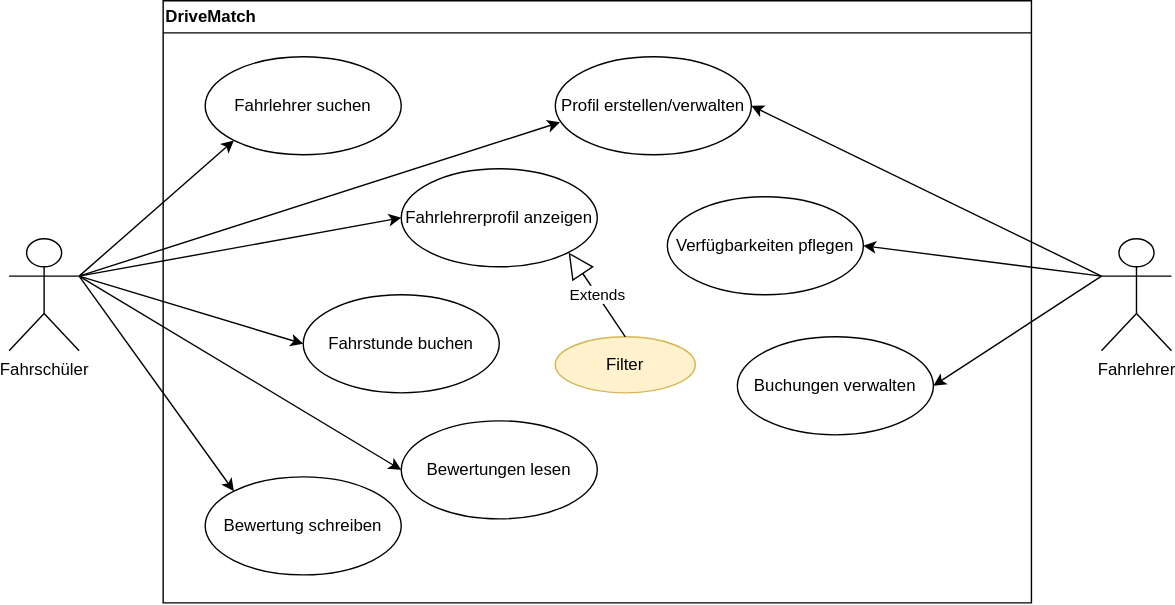
Earlier version of the draw.io export doc/figures/use-case-diagram.drawio.svg (ljodzavsr/Software-Engineering-Semesterprojekt-DriveMatch). Source tidied: cells renumbered, new cells last; positions are measured from the earlier drawing's top-left corner, leaving out a move shared by most shapes.
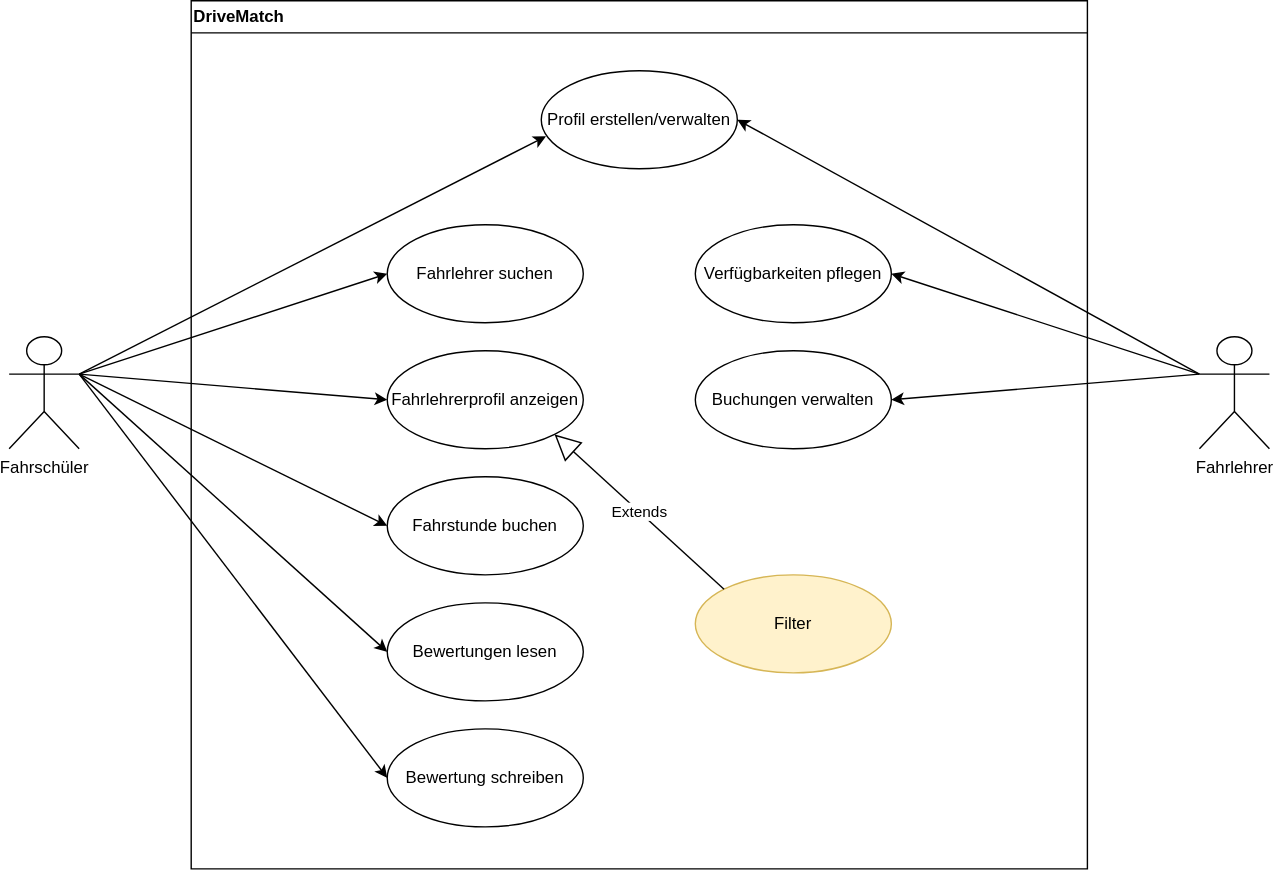
Above is the later version.

Change to the diagram source:
```diff
@@ -3,51 +3,51 @@
     <mxCell id="0" />
     <mxCell id="1" parent="0" />
     <mxCell id="2" value="Fahrlehrer" style="shape=umlActor;verticalLabelPosition=bottom;verticalAlign=top;html=1;" parent="1" vertex="1">
-      <mxGeometry x="780" y="170" width="50" height="80" as="geometry" />
+      <mxGeometry x="800" y="250" width="50" height="80" as="geometry" />
     </mxCell>
     <mxCell id="3" value="DriveMatch" style="swimlane;whiteSpace=wrap;html=1;align=left;" parent="1" vertex="1">
-      <mxGeometry x="110" width="620" height="430" as="geometry" />
+      <mxGeometry x="80" y="10" width="640" height="620" as="geometry" />
     </mxCell>
     <mxCell id="4" value="Fahrlehrer suchen" style="ellipse;whiteSpace=wrap;html=1;" parent="3" vertex="1">
-      <mxGeometry x="30" y="40" width="140" height="70" as="geometry" />
+      <mxGeometry x="140" y="160" width="140" height="70" as="geometry" />
     </mxCell>
     <mxCell id="5" value="Fahrstunde buchen" style="ellipse;whiteSpace=wrap;html=1;" parent="3" vertex="1">
-      <mxGeometry x="100" y="210" width="140" height="70" as="geometry" />
+      <mxGeometry x="140" y="340" width="140" height="70" as="geometry" />
     </mxCell>
     <mxCell id="6" value="Bewertung schreiben" style="ellipse;whiteSpace=wrap;html=1;" parent="3" vertex="1">
-      <mxGeometry x="30" y="340" width="140" height="70" as="geometry" />
+      <mxGeometry x="140" y="520" width="140" height="70" as="geometry" />
     </mxCell>
     <mxCell id="7" value="Fahrlehrerprofil anzeigen" style="ellipse;whiteSpace=wrap;html=1;" parent="3" vertex="1">
-      <mxGeometry x="170" y="120" width="140" height="70" as="geometry" />
+      <mxGeometry x="140" y="250" width="140" height="70" as="geometry" />
     </mxCell>
     <mxCell id="8" value="Bewertungen lesen" style="ellipse;whiteSpace=wrap;html=1;" parent="3" vertex="1">
-      <mxGeometry x="170" y="300" width="140" height="70" as="geometry" />
+      <mxGeometry x="140" y="430" width="140" height="70" as="geometry" />
     </mxCell>
     <mxCell id="9" value="Verfügbarkeiten pflegen" style="ellipse;whiteSpace=wrap;html=1;" parent="3" vertex="1">
-      <mxGeometry x="360" y="140" width="140" height="70" as="geometry" />
+      <mxGeometry x="360" y="160" width="140" height="70" as="geometry" />
     </mxCell>
     <mxCell id="10" value="Profil erstellen/verwalten" style="ellipse;whiteSpace=wrap;html=1;" parent="3" vertex="1">
-      <mxGeometry x="280" y="40" width="140" height="70" as="geometry" />
+      <mxGeometry x="250" y="50" width="140" height="70" as="geometry" />
     </mxCell>
     <mxCell id="11" value="Buchungen verwalten" style="ellipse;whiteSpace=wrap;html=1;" parent="3" vertex="1">
-      <mxGeometry x="410" y="240" width="140" height="70" as="geometry" />
+      <mxGeometry x="360" y="250" width="140" height="70" as="geometry" />
     </mxCell>
     <mxCell id="12" value="Filter" style="ellipse;whiteSpace=wrap;html=1;fillColor=#fff2cc;strokeColor=#d6b656;" parent="3" vertex="1">
-      <mxGeometry x="280" y="240" width="100" height="40" as="geometry" />
+      <mxGeometry x="360" y="410" width="140" height="70" as="geometry" />
     </mxCell>
-    <mxCell id="13" value="Extends" style="endArrow=block;endSize=16;endFill=0;html=1;rounded=0;entryX=1;entryY=1;entryDx=0;entryDy=0;exitX=0.5;exitY=0;exitDx=0;exitDy=0;" parent="3" edge="1" source="12" target="7">
+    <mxCell id="13" value="Extends" style="endArrow=block;endSize=16;endFill=0;html=1;rounded=0;entryX=1;entryY=1;entryDx=0;entryDy=0;exitX=0;exitY=0;exitDx=0;exitDy=0;" parent="3" edge="1" source="12" target="7">
       <mxGeometry relative="1" as="geometry" />
     </mxCell>
     <mxCell id="14" value="Fahrschüler" style="shape=umlActor;verticalLabelPosition=bottom;verticalAlign=top;html=1;" parent="1" vertex="1">
-      <mxGeometry y="170" width="50" height="80" as="geometry" />
+      <mxGeometry x="-50" y="250" width="50" height="80" as="geometry" />
     </mxCell>
-    <mxCell id="15" style="endArrow=classic;html=1;rounded=0;exitX=1;exitY=0.3333333333333333;exitDx=0;exitDy=0;exitPerimeter=0;entryX=0;entryY=1;entryDx=0;entryDy=0;" parent="1" edge="1" source="14" target="4">
+    <mxCell id="15" style="endArrow=classic;html=1;rounded=0;exitX=1;exitY=0.3333333333333333;exitDx=0;exitDy=0;exitPerimeter=0;entryX=0;entryY=0.5;entryDx=0;entryDy=0;" parent="1" edge="1" source="14" target="4">
       <mxGeometry relative="1" as="geometry" />
     </mxCell>
     <mxCell id="16" style="endArrow=classic;html=1;rounded=0;exitX=1;exitY=0.3333333333333333;exitDx=0;exitDy=0;exitPerimeter=0;entryX=0;entryY=0.5;entryDx=0;entryDy=0;" parent="1" edge="1" source="14" target="5">
       <mxGeometry relative="1" as="geometry" />
     </mxCell>
-    <mxCell id="17" style="endArrow=classic;html=1;rounded=0;entryX=0;entryY=0;entryDx=0;entryDy=0;exitX=1;exitY=0.3333333333333333;exitDx=0;exitDy=0;exitPerimeter=0;" parent="1" edge="1" source="14" target="6">
+    <mxCell id="17" style="endArrow=classic;html=1;rounded=0;entryX=0;entryY=0.5;entryDx=0;entryDy=0;exitX=1;exitY=0.3333333333333333;exitDx=0;exitDy=0;exitPerimeter=0;" parent="1" edge="1" source="14" target="6">
       <mxGeometry relative="1" as="geometry" />
     </mxCell>
     <mxCell id="18" style="endArrow=classic;html=1;rounded=0;exitX=1;exitY=0.3333333333333333;exitDx=0;exitDy=0;exitPerimeter=0;entryX=0;entryY=0.5;entryDx=0;entryDy=0;" parent="1" edge="1" source="14" target="7">
```
